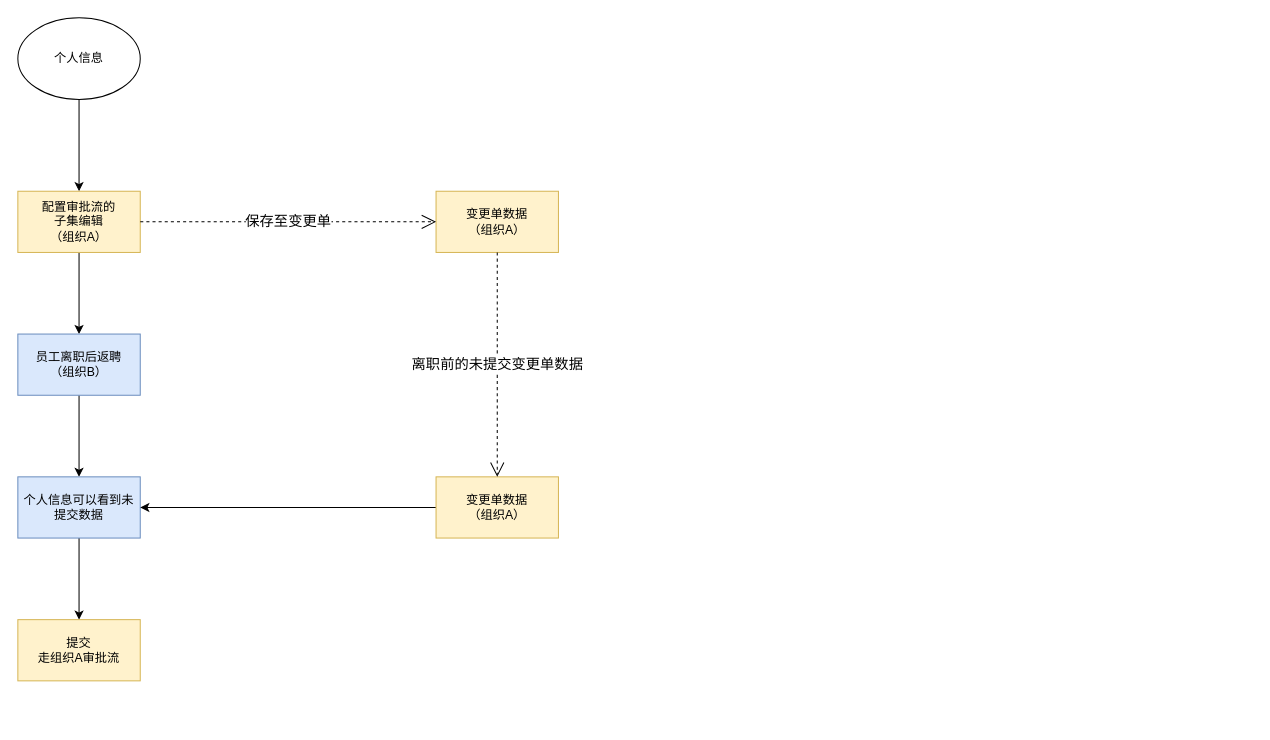
Super-YYQ/drawIo keeps this draw.io diagram as 用友/再入职后变更单审批流.drawio. Above is the earlier version. Source tidied: cells renumbered, new cells numbered last; positions are measured from the earlier drawing's top-left corner, leaving out a move shared by most shapes. Both pictures are drawn from the tidied source at 102%, with x=0, y=0 at pixel (17, 17).
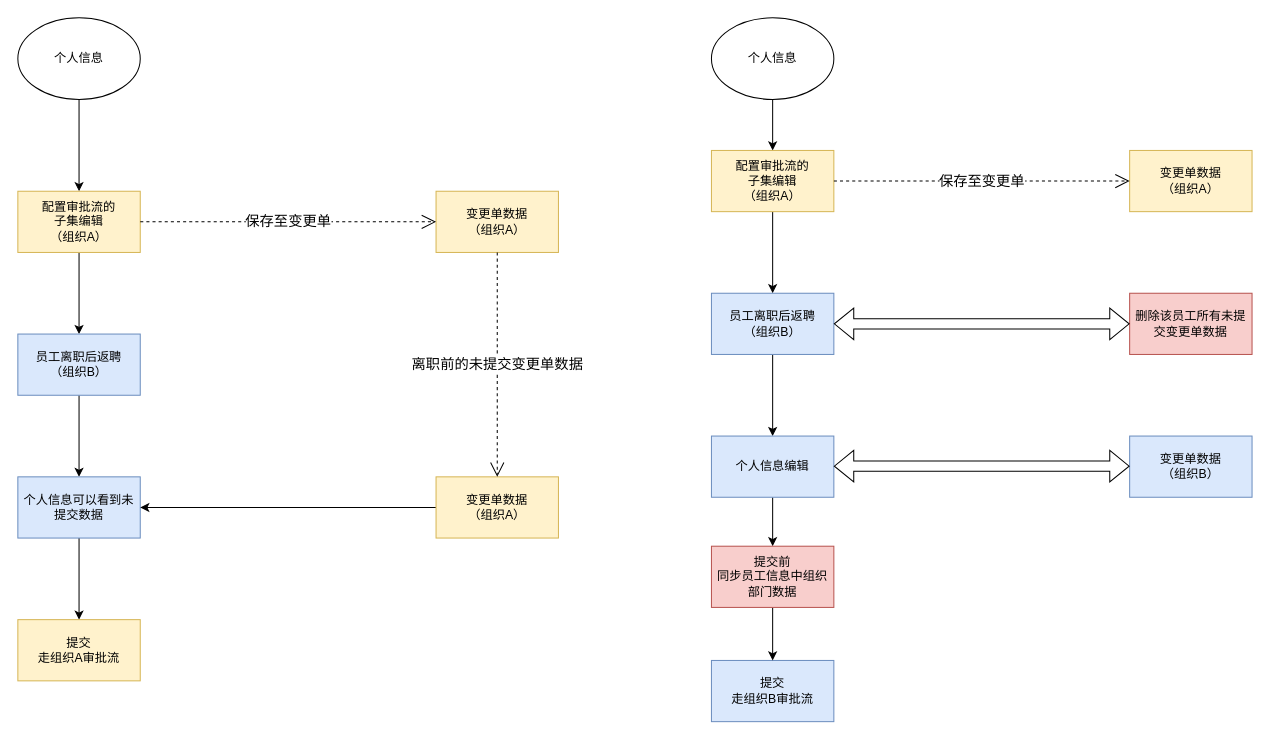
The same diagram, later.

Commit message (it also covers changes not shown here):
更新再入职后变更单审批流.drawio

The edit, as a diff of the source:
```diff
@@
+    <mxCell id="16" style="edgeStyle=orthogonalEdgeStyle;rounded=0;jettySize=auto;html=1;" parent="1" edge="1" source="17" target="19">
+      <mxGeometry relative="1" as="geometry" />
+    </mxCell>
+    <mxCell id="17" value="个人信息" style="ellipse;whiteSpace=wrap;html=1;" parent="1" vertex="1">
+      <mxGeometry x="680" width="120" height="80" as="geometry" />
+    </mxCell>
+    <mxCell id="18" style="edgeStyle=orthogonalEdgeStyle;rounded=0;jettySize=auto;html=1;" parent="1" edge="1" source="19" target="23">
+      <mxGeometry relative="1" as="geometry" />
+    </mxCell>
+    <mxCell id="19" value="配置审批流的&lt;br&gt;子集编辑&lt;br&gt;（组织A）" style="whiteSpace=wrap;html=1;fillColor=#fff2cc;strokeColor=#d6b656;" parent="1" vertex="1">
+      <mxGeometry x="680" y="130" width="120" height="60" as="geometry" />
+    </mxCell>
+    <mxCell id="20" value="变更单数据&lt;br&gt;（组织A）" style="whiteSpace=wrap;html=1;fillColor=#fff2cc;strokeColor=#d6b656;" parent="1" vertex="1">
+      <mxGeometry x="1090" y="130" width="120" height="60" as="geometry" />
+    </mxCell>
+    <mxCell id="21" value="保存至变更单" style="endArrow=open;endSize=12;dashed=1;html=1;rounded=0;exitX=1;exitY=0.5;exitDx=0;exitDy=0;entryX=0;entryY=0.5;entryDx=0;entryDy=0;fontSize=14;" parent="1" edge="1" source="19" target="20">
+      <mxGeometry relative="1" as="geometry" />
+    </mxCell>
+    <mxCell id="22" style="edgeStyle=orthogonalEdgeStyle;rounded=0;jettySize=auto;html=1;" parent="1" edge="1" source="23" target="25">
+      <mxGeometry relative="1" as="geometry" />
+    </mxCell>
+    <mxCell id="23" value="员工离职后返聘&lt;br&gt;（组织B）" style="whiteSpace=wrap;html=1;fillColor=#dae8fc;strokeColor=#6c8ebf;" parent="1" vertex="1">
+      <mxGeometry x="680" y="270" width="120" height="60" as="geometry" />
+    </mxCell>
+    <mxCell id="24" style="edgeStyle=orthogonalEdgeStyle;rounded=0;jettySize=auto;html=1;entryX=0.5;entryY=0;entryDx=0;entryDy=0;" parent="1" edge="1" source="25" target="30">
+      <mxGeometry relative="1" as="geometry" />
+    </mxCell>
+    <mxCell id="25" value="个人信息编辑" style="whiteSpace=wrap;html=1;fillColor=#dae8fc;strokeColor=#6c8ebf;" parent="1" vertex="1">
+      <mxGeometry x="680" y="410" width="120" height="60" as="geometry" />
+    </mxCell>
+    <mxCell id="26" value="提交&lt;br&gt;走组织B审批流" style="whiteSpace=wrap;html=1;fillColor=#dae8fc;strokeColor=#6c8ebf;" parent="1" vertex="1">
+      <mxGeometry x="680" y="630" width="120" height="60" as="geometry" />
+    </mxCell>
+    <mxCell id="27" value="删除该员工所有未提交变更单数据" style="whiteSpace=wrap;html=1;fillColor=#f8cecc;strokeColor=#b85450;" parent="1" vertex="1">
+      <mxGeometry x="1090" y="270" width="120" height="60" as="geometry" />
+    </mxCell>
+    <mxCell id="28" value="变更单数据&lt;br&gt;（组织B）" style="whiteSpace=wrap;html=1;fillColor=#dae8fc;strokeColor=#6c8ebf;" parent="1" vertex="1">
+      <mxGeometry x="1090" y="410" width="120" height="60" as="geometry" />
+    </mxCell>
+    <mxCell id="29" style="edgeStyle=orthogonalEdgeStyle;rounded=0;jettySize=auto;html=1;" parent="1" edge="1" source="30" target="26">
+      <mxGeometry relative="1" as="geometry" />
+    </mxCell>
+    <mxCell id="30" value="提交前&lt;br&gt;同步员工信息中组织部门数据" style="whiteSpace=wrap;html=1;fillColor=#f8cecc;strokeColor=#b85450;" parent="1" vertex="1">
+      <mxGeometry x="680" y="518" width="120" height="60" as="geometry" />
+    </mxCell>
+    <mxCell id="31" style="shape=flexArrow;endArrow=classic;startArrow=classic;html=1;rounded=0;exitX=1;exitY=0.5;exitDx=0;exitDy=0;" parent="1" edge="1" source="23" target="27">
+      <mxGeometry relative="1" as="geometry" />
+    </mxCell>
+    <mxCell id="32" style="shape=flexArrow;endArrow=classic;startArrow=classic;html=1;rounded=0;exitX=1;exitY=0.5;exitDx=0;exitDy=0;" parent="1" edge="1">
+      <mxGeometry relative="1" as="geometry">
+        <mxPoint x="800" y="439.5" as="sourcePoint" />
+        <mxPoint x="1090" y="439.5" as="targetPoint" />
+      </mxGeometry>
+    </mxCell>
```
